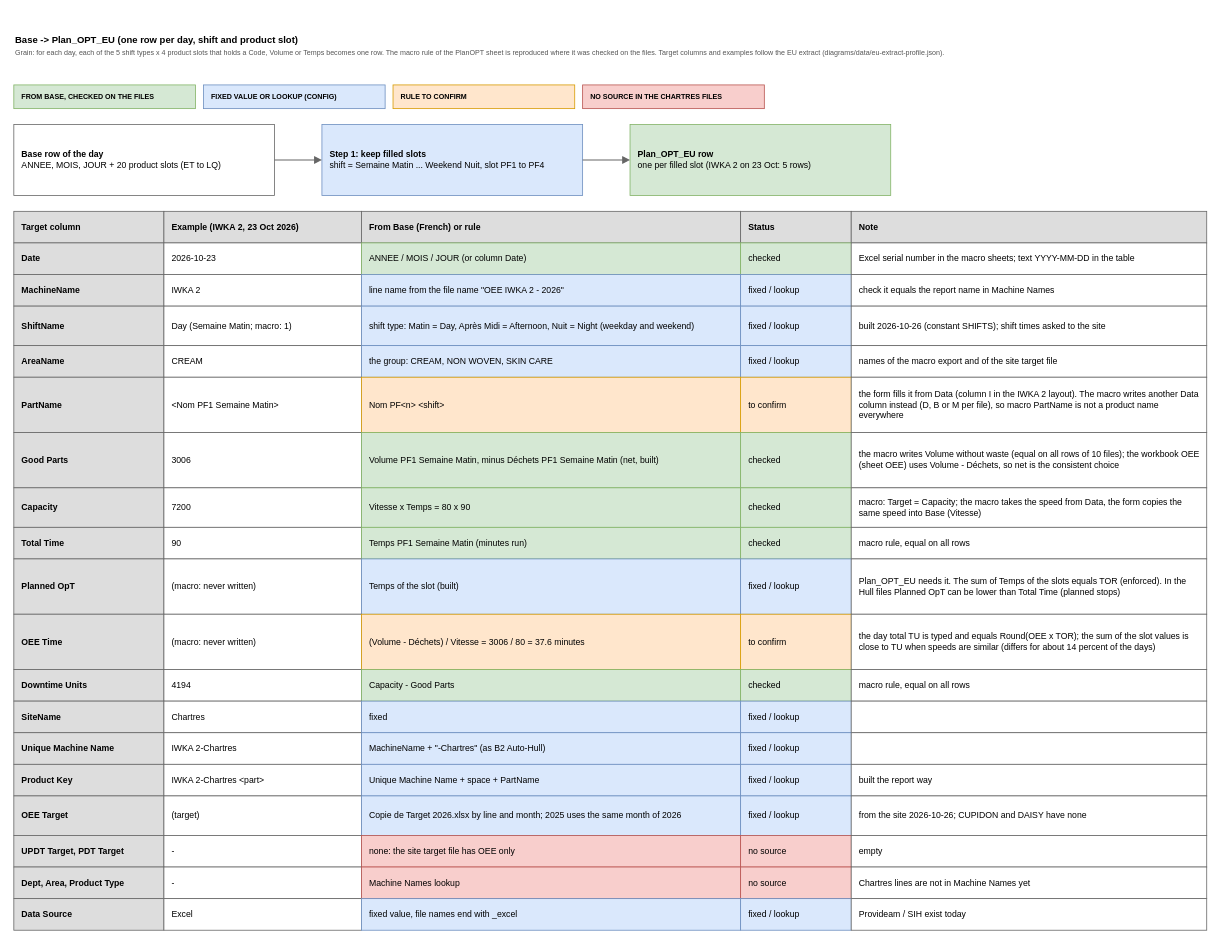
Above: page "5 Base to Plan_OPT_EU" (7 of 10) of diagrams/chartres-source-map.drawio in AbiyyuMufti/SIH-IBMX-R (draw.io), before the change. Source tidied: cells renumbered, new cells numbered last; positions are measured from the earlier drawing's top-left corner, leaving out a move shared by most shapes. Both pictures are drawn from the tidied source at 79%, with x=0, y=0 at pixel (13, 29).
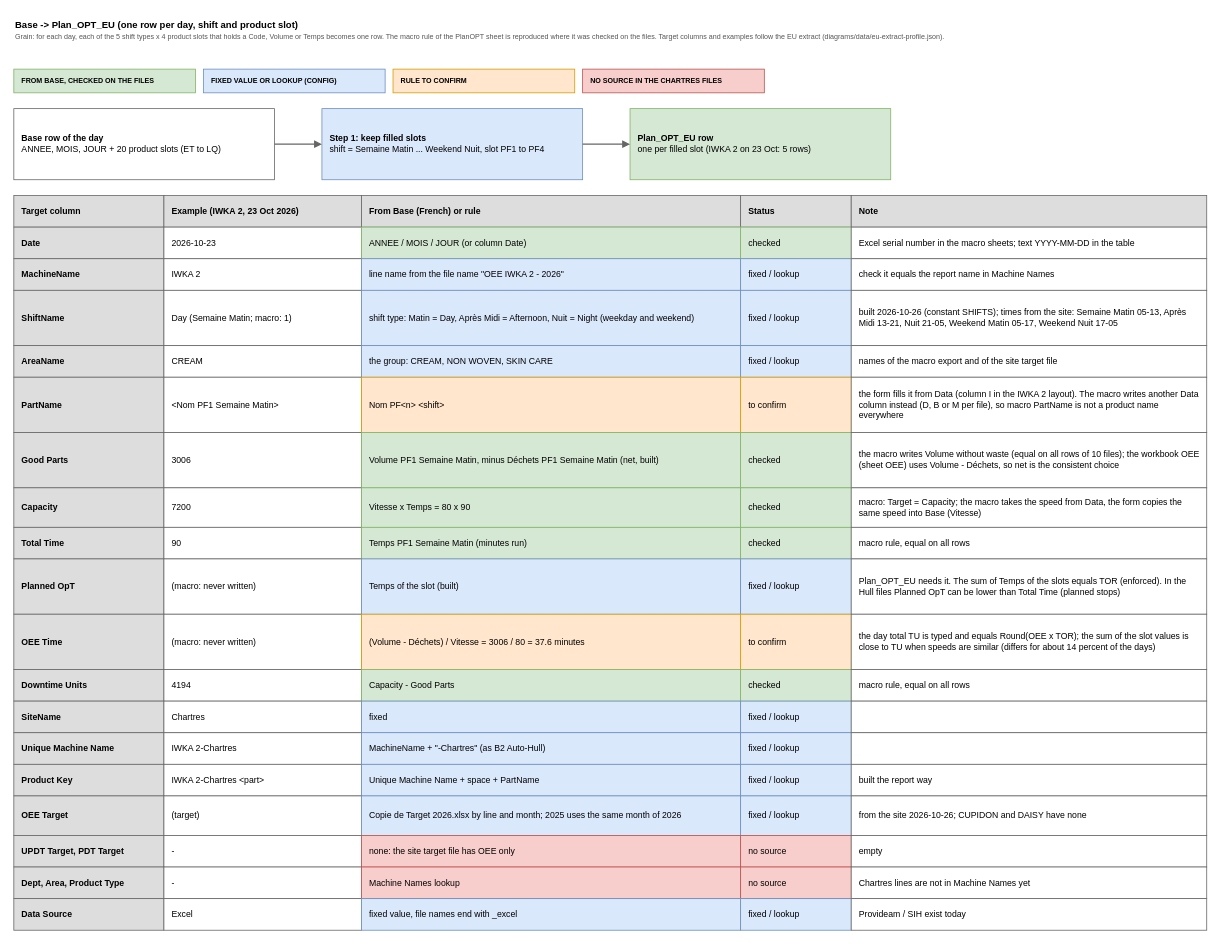
The same page after the edit.

Change to the diagram source:
```diff
@@
     <mxCell id="2" value="&lt;b&gt;Base -&amp;gt; Plan_OPT_EU (one row per day, shift and product slot)&lt;/b&gt;&lt;br&gt;&lt;font style=&quot;font-size:9px&quot; color=&quot;#555555&quot;&gt;Grain: for each day, each of the 5 shift types x 4 product slots that holds a Code, Volume or Temps becomes one row. The macro rule of the PlanOPT sheet is reproduced where it was checked on the files. Target columns and examples follow the EU extract (diagrams/data/eu-extract-profile.json).&lt;/font&gt;" style="text;html=1;whiteSpace=wrap;align=left;verticalAlign=top;fontSize=12;" parent="1" vertex="1">
-      <mxGeometry width="1500" height="60" as="geometry" />
+      <mxGeometry y="-20" width="1500" height="60" as="geometry" />
     </mxCell>
     <mxCell id="3" value="&lt;b&gt;FROM BASE, CHECKED ON THE FILES&lt;/b&gt;" style="rounded=0;whiteSpace=wrap;html=1;align=left;verticalAlign=middle;spacingLeft=8;spacingRight=6;fontSize=11;fillColor=#d5e8d4;strokeColor=#82b366;fontSize=9;" parent="1" vertex="1">
-      <mxGeometry y="70" width="230" height="30" as="geometry" />
+      <mxGeometry y="50" width="230" height="30" as="geometry" />
     </mxCell>
     <mxCell id="4" value="&lt;b&gt;FIXED VALUE OR LOOKUP (CONFIG)&lt;/b&gt;" style="rounded=0;whiteSpace=wrap;html=1;align=left;verticalAlign=middle;spacingLeft=8;spacingRight=6;fontSize=11;fillColor=#dae8fc;strokeColor=#6c8ebf;fontSize=9;" parent="1" vertex="1">
-      <mxGeometry x="240" y="70" width="230" height="30" as="geometry" />
+      <mxGeometry x="240" y="50" width="230" height="30" as="geometry" />
     </mxCell>
     <mxCell id="5" value="&lt;b&gt;RULE TO CONFIRM&lt;/b&gt;" style="rounded=0;whiteSpace=wrap;html=1;align=left;verticalAlign=middle;spacingLeft=8;spacingRight=6;fontSize=11;fillColor=#ffe6cc;strokeColor=#d79b00;fontSize=9;" parent="1" vertex="1">
-      <mxGeometry x="480" y="70" width="230" height="30" as="geometry" />
+      <mxGeometry x="480" y="50" width="230" height="30" as="geometry" />
     </mxCell>
     <mxCell id="6" value="&lt;b&gt;NO SOURCE IN THE CHARTRES FILES&lt;/b&gt;" style="rounded=0;whiteSpace=wrap;html=1;align=left;verticalAlign=middle;spacingLeft=8;spacingRight=6;fontSize=11;fillColor=#f8cecc;strokeColor=#b85450;fontSize=9;" parent="1" vertex="1">
-      <mxGeometry x="720" y="70" width="230" height="30" as="geometry" />
+      <mxGeometry x="720" y="50" width="230" height="30" as="geometry" />
     </mxCell>
     <mxCell id="7" value="&lt;b&gt;Base row of the day&lt;/b&gt;&lt;br&gt;ANNEE, MOIS, JOUR + 20 product slots (ET to LQ)" style="rounded=0;whiteSpace=wrap;html=1;align=left;verticalAlign=middle;spacingLeft=8;spacingRight=6;fontSize=11;fillColor=#ffffff;strokeColor=#666666;" parent="1" vertex="1">
-      <mxGeometry y="120" width="330" height="90" as="geometry" />
+      <mxGeometry y="100" width="330" height="90" as="geometry" />
     </mxCell>
     <mxCell id="8" value="&lt;b&gt;Step 1: keep filled slots&lt;/b&gt;&lt;br&gt;shift = Semaine Matin ... Weekend Nuit, slot PF1 to PF4" style="rounded=0;whiteSpace=wrap;html=1;align=left;verticalAlign=middle;spacingLeft=8;spacingRight=6;fontSize=11;fillColor=#dae8fc;strokeColor=#6c8ebf;" parent="1" vertex="1">
-      <mxGeometry x="390" y="120" width="330" height="90" as="geometry" />
+      <mxGeometry x="390" y="100" width="330" height="90" as="geometry" />
     </mxCell>
@@
     <mxCell id="10" value="&lt;b&gt;Plan_OPT_EU row&lt;/b&gt;&lt;br&gt;one per filled slot (IWKA 2 on 23 Oct: 5 rows)" style="rounded=0;whiteSpace=wrap;html=1;align=left;verticalAlign=middle;spacingLeft=8;spacingRight=6;fontSize=11;fillColor=#d5e8d4;strokeColor=#82b366;" parent="1" vertex="1">
-      <mxGeometry x="780" y="120" width="330" height="90" as="geometry" />
+      <mxGeometry x="780" y="100" width="330" height="90" as="geometry" />
     </mxCell>
@@
     <mxCell id="12" value="&lt;b&gt;Target column&lt;/b&gt;" style="rounded=0;whiteSpace=wrap;html=1;align=left;verticalAlign=middle;spacingLeft=8;spacingRight=6;fontSize=11;fillColor=#dddddd;strokeColor=#666666;" parent="1" vertex="1">
-      <mxGeometry y="230" width="190" height="40" as="geometry" />
+      <mxGeometry y="210" width="190" height="40" as="geometry" />
     </mxCell>
     <mxCell id="13" value="&lt;b&gt;Example (IWKA 2, 23 Oct 2026)&lt;/b&gt;" style="rounded=0;whiteSpace=wrap;html=1;align=left;verticalAlign=middle;spacingLeft=8;spacingRight=6;fontSize=11;fillColor=#dddddd;strokeColor=#666666;" parent="1" vertex="1">
-      <mxGeometry x="190" y="230" width="250" height="40" as="geometry" />
+      <mxGeometry x="190" y="210" width="250" height="40" as="geometry" />
     </mxCell>
     <mxCell id="14" value="&lt;b&gt;From Base (French) or rule&lt;/b&gt;" style="rounded=0;whiteSpace=wrap;html=1;align=left;verticalAlign=middle;spacingLeft=8;spacingRight=6;fontSize=11;fillColor=#dddddd;strokeColor=#666666;" parent="1" vertex="1">
-      <mxGeometry x="440" y="230" width="480" height="40" as="geometry" />
+      <mxGeometry x="440" y="210" width="480" height="40" as="geometry" />
     </mxCell>
     <mxCell id="15" value="&lt;b&gt;Status&lt;/b&gt;" style="rounded=0;whiteSpace=wrap;html=1;align=left;verticalAlign=middle;spacingLeft=8;spacingRight=6;fontSize=11;fillColor=#dddddd;strokeColor=#666666;" parent="1" vertex="1">
-      <mxGeometry x="920" y="230" width="140" height="40" as="geometry" />
+      <mxGeometry x="920" y="210" width="140" height="40" as="geometry" />
     </mxCell>
     <mxCell id="16" value="&lt;b&gt;Note&lt;/b&gt;" style="rounded=0;whiteSpace=wrap;html=1;align=left;verticalAlign=middle;spacingLeft=8;spacingRight=6;fontSize=11;fillColor=#dddddd;strokeColor=#666666;" parent="1" vertex="1">
-      <mxGeometry x="1060" y="230" width="450" height="40" as="geometry" />
+      <mxGeometry x="1060" y="210" width="450" height="40" as="geometry" />
     </mxCell>
     <mxCell id="17" value="&lt;b&gt;Date&lt;/b&gt;" style="rounded=0;whiteSpace=wrap;html=1;align=left;verticalAlign=middle;spacingLeft=8;spacingRight=6;fontSize=11;fillColor=#dddddd;strokeColor=#666666;" parent="1" vertex="1">
-      <mxGeometry y="270" width="190" height="40" as="geometry" />
+      <mxGeometry y="250" width="190" height="40" as="geometry" />
     </mxCell>
     <mxCell id="18" value="2026-10-23" style="rounded=0;whiteSpace=wrap;html=1;align=left;verticalAlign=middle;spacingLeft=8;spacingRight=6;fontSize=11;fillColor=#ffffff;strokeColor=#666666;" parent="1" vertex="1">
-      <mxGeometry x="190" y="270" width="250" height="40" as="geometry" />
+      <mxGeometry x="190" y="250" width="250" height="40" as="geometry" />
     </mxCell>
     <mxCell id="19" value="ANNEE / MOIS / JOUR (or column Date)" style="rounded=0;whiteSpace=wrap;html=1;align=left;verticalAlign=middle;spacingLeft=8;spacingRight=6;fontSize=11;fillColor=#d5e8d4;strokeColor=#82b366;" parent="1" vertex="1">
-      <mxGeometry x="440" y="270" width="480" height="40" as="geometry" />
+      <mxGeometry x="440" y="250" width="480" height="40" as="geometry" />
     </mxCell>
     <mxCell id="20" value="checked" style="rounded=0;whiteSpace=wrap;html=1;align=left;verticalAlign=middle;spacingLeft=8;spacingRight=6;fontSize=11;fillColor=#d5e8d4;strokeColor=#82b366;" parent="1" vertex="1">
-      <mxGeometry x="920" y="270" width="140" height="40" as="geometry" />
+      <mxGeometry x="920" y="250" width="140" height="40" as="geometry" />
     </mxCell>
     <mxCell id="21" value="Excel serial number in the macro sheets; text YYYY-MM-DD in the table" style="rounded=0;whiteSpace=wrap;html=1;align=left;verticalAlign=middle;spacingLeft=8;spacingRight=6;fontSize=11;fillColor=#ffffff;strokeColor=#666666;" parent="1" vertex="1">
-      <mxGeometry x="1060" y="270" width="450" height="40" as="geometry" />
+      <mxGeometry x="1060" y="250" width="450" height="40" as="geometry" />
     </mxCell>
     <mxCell id="22" value="&lt;b&gt;MachineName&lt;/b&gt;" style="rounded=0;whiteSpace=wrap;html=1;align=left;verticalAlign=middle;spacingLeft=8;spacingRight=6;fontSize=11;fillColor=#dddddd;strokeColor=#666666;" parent="1" vertex="1">
-      <mxGeometry y="310" width="190" height="40" as="geometry" />
+      <mxGeometry y="290" width="190" height="40" as="geometry" />
     </mxCell>
     <mxCell id="23" value="IWKA 2" style="rounded=0;whiteSpace=wrap;html=1;align=left;verticalAlign=middle;spacingLeft=8;spacingRight=6;fontSize=11;fillColor=#ffffff;strokeColor=#666666;" parent="1" vertex="1">
-      <mxGeometry x="190" y="310" width="250" height="40" as="geometry" />
+      <mxGeometry x="190" y="290" width="250" height="40" as="geometry" />
     </mxCell>
     <mxCell id="24" value="line name from the file name &quot;OEE IWKA 2 - 2026&quot;" style="rounded=0;whiteSpace=wrap;html=1;align=left;verticalAlign=middle;spacingLeft=8;spacingRight=6;fontSize=11;fillColor=#dae8fc;strokeColor=#6c8ebf;" parent="1" vertex="1">
-      <mxGeometry x="440" y="310" width="480" height="40" as="geometry" />
+      <mxGeometry x="440" y="290" width="480" height="40" as="geometry" />
     </mxCell>
     <mxCell id="25" value="fixed / lookup" style="rounded=0;whiteSpace=wrap;html=1;align=left;verticalAlign=middle;spacingLeft=8;spacingRight=6;fontSize=11;fillColor=#dae8fc;strokeColor=#6c8ebf;" parent="1" vertex="1">
-      <mxGeometry x="920" y="310" width="140" height="40" as="geometry" />
+      <mxGeometry x="920" y="290" width="140" height="40" as="geometry" />
     </mxCell>
     <mxCell id="26" value="check it equals the report name in Machine Names" style="rounded=0;whiteSpace=wrap;html=1;align=left;verticalAlign=middle;spacingLeft=8;spacingRight=6;fontSize=11;fillColor=#ffffff;strokeColor=#666666;" parent="1" vertex="1">
-      <mxGeometry x="1060" y="310" width="450" height="40" as="geometry" />
+      <mxGeometry x="1060" y="290" width="450" height="40" as="geometry" />
     </mxCell>
     <mxCell id="27" value="&lt;b&gt;ShiftName&lt;/b&gt;" style="rounded=0;whiteSpace=wrap;html=1;align=left;verticalAlign=middle;spacingLeft=8;spacingRight=6;fontSize=11;fillColor=#dddddd;strokeColor=#666666;" parent="1" vertex="1">
-      <mxGeometry y="350" width="190" height="50" as="geometry" />
+      <mxGeometry y="330" width="190" height="70" as="geometry" />
     </mxCell>
     <mxCell id="28" value="Day (Semaine Matin; macro: 1)" style="rounded=0;whiteSpace=wrap;html=1;align=left;verticalAlign=middle;spacingLeft=8;spacingRight=6;fontSize=11;fillColor=#ffffff;strokeColor=#666666;" parent="1" vertex="1">
-      <mxGeometry x="190" y="350" width="250" height="50" as="geometry" />
+      <mxGeometry x="190" y="330" width="250" height="70" as="geometry" />
     </mxCell>
     <mxCell id="29" value="shift type: Matin = Day, Après Midi = Afternoon, Nuit = Night (weekday and weekend)" style="rounded=0;whiteSpace=wrap;html=1;align=left;verticalAlign=middle;spacingLeft=8;spacingRight=6;fontSize=11;fillColor=#dae8fc;strokeColor=#6c8ebf;" parent="1" vertex="1">
-      <mxGeometry x="440" y="350" width="480" height="50" as="geometry" />
+      <mxGeometry x="440" y="330" width="480" height="70" as="geometry" />
     </mxCell>
     <mxCell id="30" value="fixed / lookup" style="rounded=0;whiteSpace=wrap;html=1;align=left;verticalAlign=middle;spacingLeft=8;spacingRight=6;fontSize=11;fillColor=#dae8fc;strokeColor=#6c8ebf;" parent="1" vertex="1">
-      <mxGeometry x="920" y="350" width="140" height="50" as="geometry" />
+      <mxGeometry x="920" y="330" width="140" height="70" as="geometry" />
     </mxCell>
-    <mxCell id="31" value="built 2026-10-26 (constant SHIFTS); shift times asked to the site" style="rounded=0;whiteSpace=wrap;html=1;align=left;verticalAlign=middle;spacingLeft=8;spacingRight=6;fontSize=11;fillColor=#ffffff;strokeColor=#666666;" parent="1" vertex="1">
-      <mxGeometry x="1060" y="350" width="450" height="50" as="geometry" />
+    <mxCell id="31" value="built 2026-10-26 (constant SHIFTS); times from the site: Semaine Matin 05-13, Après Midi 13-21, Nuit 21-05, Weekend Matin 05-17, Weekend Nuit 17-05" style="rounded=0;whiteSpace=wrap;html=1;align=left;verticalAlign=middle;spacingLeft=8;spacingRight=6;fontSize=11;fillColor=#ffffff;strokeColor=#666666;" parent="1" vertex="1">
+      <mxGeometry x="1060" y="330" width="450" height="70" as="geometry" />
     </mxCell>
```
